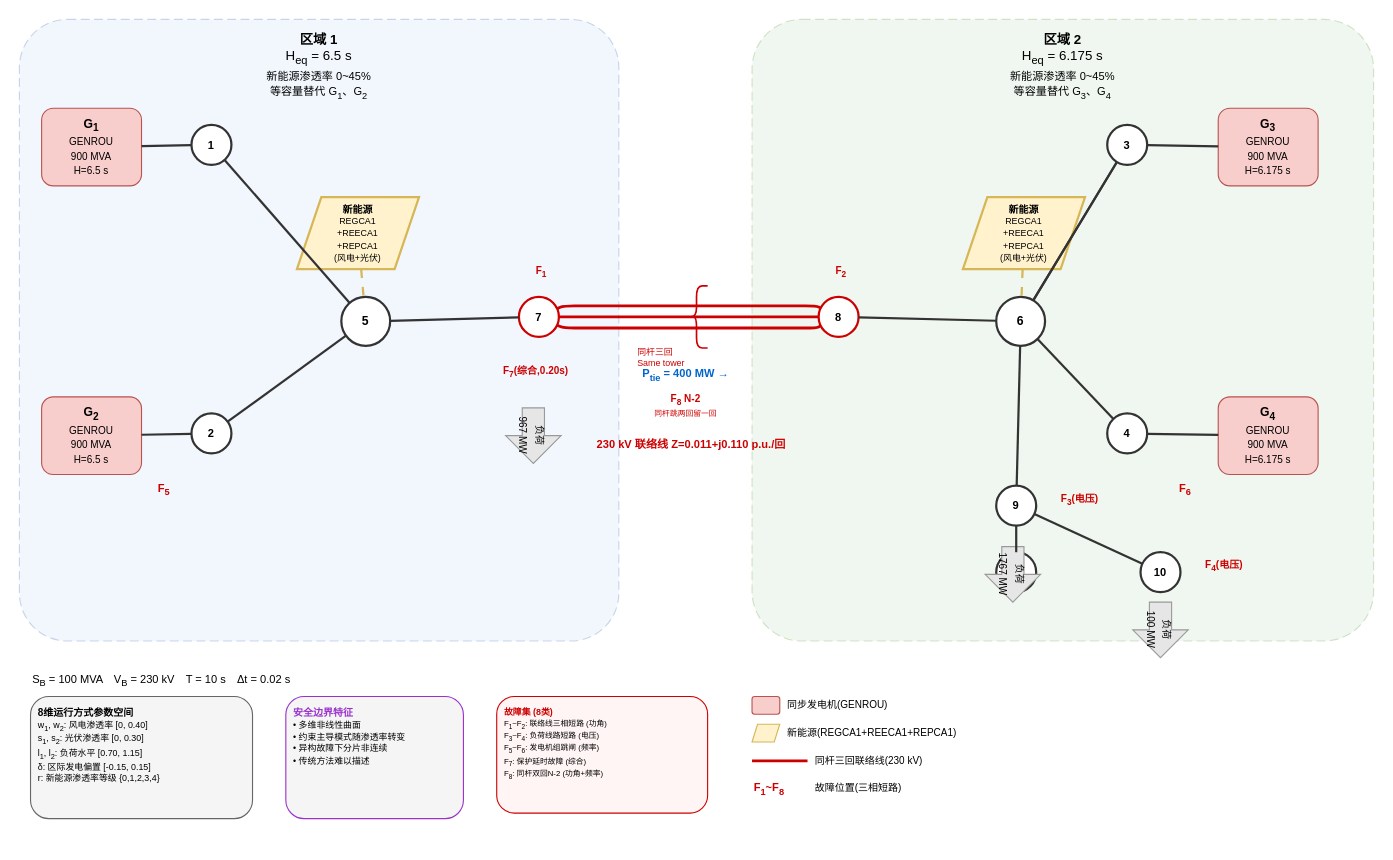
This is paper/figures/fig1_topology.drawio from shannondelaune56262-source/beyesgp, a draw.io file, before an edit. Source tidied: cells renumbered, new cells numbered last; positions are measured from the earlier drawing's top-left corner, leaving out a move shared by most shapes. Both pictures are drawn from the tidied source at 111%, with x=0, y=0 at pixel (19, 19).
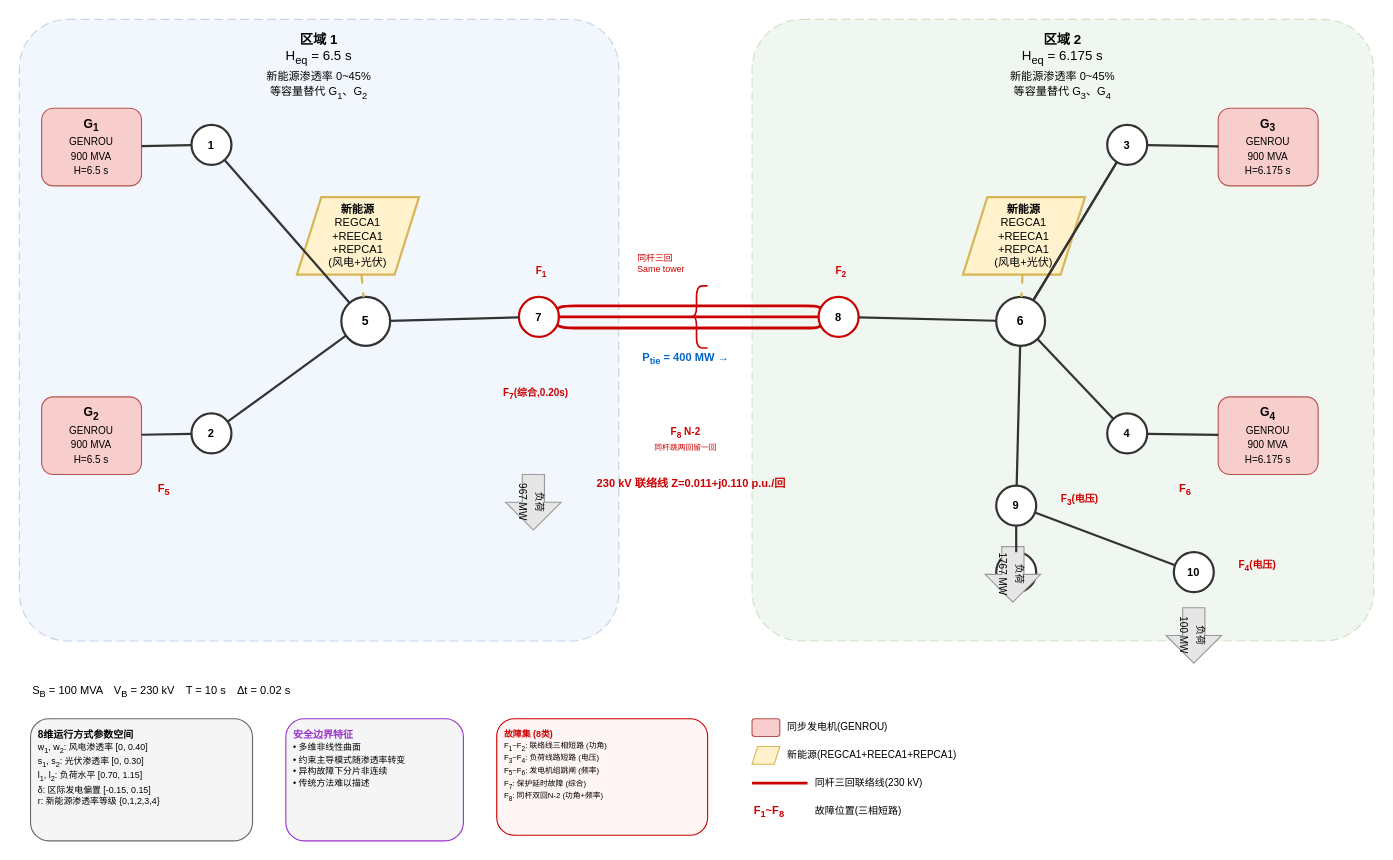
The same page after the edit.

Change to the diagram source:
```diff
@@
-    <mxCell id="8" value="&lt;b&gt;新能源&lt;/b&gt;&lt;br&gt;&lt;font style=&quot;font-size:8px&quot;&gt;REGCA1&lt;br&gt;+REECA1&lt;br&gt;+REPCA1&lt;br&gt;(风电+光伏)&lt;/font&gt;" style="shape=parallelogram;whiteSpace=wrap;html=1;fillColor=#fff2cc;strokeColor=#d6b656;fontSize=9;perimeter=parallelogramPerimeter;strokeWidth=2;" parent="1" vertex="1">
-      <mxGeometry x="250" y="160" width="110" height="65" as="geometry" />
+    <mxCell id="8" value="&lt;b&gt;新能源&lt;/b&gt;&lt;br&gt;&lt;font style=&quot;font-size:10px&quot;&gt;REGCA1&lt;br&gt;+REECA1&lt;br&gt;+REPCA1&lt;br&gt;(风电+光伏)&lt;/font&gt;" style="shape=parallelogram;whiteSpace=wrap;html=1;fillColor=#fff2cc;strokeColor=#d6b656;fontSize=10;perimeter=parallelogramPerimeter;strokeWidth=2;" parent="1" vertex="1">
+      <mxGeometry x="250" y="160" width="110" height="70" as="geometry" />
     </mxCell>
-    <mxCell id="9" value="&lt;b&gt;新能源&lt;/b&gt;&lt;br&gt;&lt;font style=&quot;font-size:8px&quot;&gt;REGCA1&lt;br&gt;+REECA1&lt;br&gt;+REPCA1&lt;br&gt;(风电+光伏)&lt;/font&gt;" style="shape=parallelogram;whiteSpace=wrap;html=1;fillColor=#fff2cc;strokeColor=#d6b656;fontSize=9;perimeter=parallelogramPerimeter;strokeWidth=2;" parent="1" vertex="1">
-      <mxGeometry x="850" y="160" width="110" height="65" as="geometry" />
+    <mxCell id="9" value="&lt;b&gt;新能源&lt;/b&gt;&lt;br&gt;&lt;font style=&quot;font-size:10px&quot;&gt;REGCA1&lt;br&gt;+REECA1&lt;br&gt;+REPCA1&lt;br&gt;(风电+光伏)&lt;/font&gt;" style="shape=parallelogram;whiteSpace=wrap;html=1;fillColor=#fff2cc;strokeColor=#d6b656;fontSize=10;perimeter=parallelogramPerimeter;strokeWidth=2;" parent="1" vertex="1">
+      <mxGeometry x="850" y="160" width="110" height="70" as="geometry" />
     </mxCell>
@@
     <mxCell id="19" value="&lt;b&gt;10&lt;/b&gt;" style="ellipse;whiteSpace=wrap;html=1;fillColor=#FFFFFF;strokeColor=#333333;fontSize=10;strokeWidth=2;" parent="1" vertex="1">
-      <mxGeometry x="1010" y="480" width="36" height="36" as="geometry" />
+      <mxGeometry x="1040" y="480" width="36" height="36" as="geometry" />
     </mxCell>
@@
     <mxCell id="21" value="&lt;font style=&quot;font-size:9px&quot;&gt;负荷&lt;br&gt;967 MW&lt;/font&gt;" style="shape=mxgraph.arrows2.arrow;dy=0.6;dx=25;notch=0;whiteSpace=wrap;html=1;fillColor=#E6E6E6;strokeColor=#999999;rotation=90;" parent="1" vertex="1">
-      <mxGeometry x="438" y="350" width="50" height="50" as="geometry" />
+      <mxGeometry x="438" y="410" width="50" height="50" as="geometry" />
     </mxCell>
@@
     <mxCell id="23" value="&lt;font style=&quot;font-size:9px&quot;&gt;负荷&lt;br&gt;100 MW&lt;/font&gt;" style="shape=mxgraph.arrows2.arrow;dy=0.6;dx=25;notch=0;whiteSpace=wrap;html=1;fillColor=#E6E6E6;strokeColor=#999999;rotation=90;" parent="1" vertex="1">
-      <mxGeometry x="1003" y="525" width="50" height="50" as="geometry" />
+      <mxGeometry x="1033" y="530" width="50" height="50" as="geometry" />
     </mxCell>
@@
     <mxCell id="29" value="&lt;font color=&quot;#CC0000&quot;&gt;F&lt;sub&gt;4&lt;/sub&gt;(电压)&lt;/font&gt;" style="text;html=1;align=center;verticalAlign=middle;strokeColor=none;fillColor=none;fontSize=9;fontStyle=1;" parent="1" vertex="1">
-      <mxGeometry x="1050" y="480" width="70" height="26" as="geometry" />
+      <mxGeometry x="1080" y="480" width="70" height="26" as="geometry" />
     </mxCell>
@@
     <mxCell id="41" value="&lt;font color=&quot;#CC0000&quot; style=&quot;font-size:8px&quot;&gt;同杆三回&lt;br&gt;Same tower&lt;/font&gt;" style="text;html=1;align=left;verticalAlign=middle;strokeColor=none;fillColor=none;fontSize=8;" parent="1" vertex="1">
-      <mxGeometry x="555" y="290" width="70" height="30" as="geometry" />
+      <mxGeometry x="555" y="205" width="70" height="30" as="geometry" />
     </mxCell>
     <mxCell id="42" value="&lt;font style=&quot;font-size:10px&quot;&gt;P&lt;sub&gt;tie&lt;/sub&gt; = 400 MW →&lt;/font&gt;" style="text;html=1;align=center;verticalAlign=middle;strokeColor=none;fillColor=none;fontSize=10;fontColor=#0066CC;fontStyle=1;" parent="1" vertex="1">
-      <mxGeometry x="545" y="305" width="110" height="30" as="geometry" />
+      <mxGeometry x="545" y="290" width="110" height="30" as="geometry" />
     </mxCell>
     <mxCell id="43" value="&lt;font color=&quot;#CC0000&quot;&gt;F&lt;sub&gt;7&lt;/sub&gt;(综合,0.20s)&lt;/font&gt;" style="text;html=1;align=center;verticalAlign=middle;strokeColor=none;fillColor=none;fontSize=9;fontStyle=1;" parent="1" vertex="1">
-      <mxGeometry x="410" y="305" width="110" height="26" as="geometry" />
+      <mxGeometry x="410" y="325" width="110" height="26" as="geometry" />
     </mxCell>
     <mxCell id="44" value="&lt;font color=&quot;#CC0000&quot;&gt;&lt;b&gt;F&lt;sub&gt;8&lt;/sub&gt; N-2&lt;/b&gt;&lt;br&gt;&lt;font style=&quot;font-size:7px&quot;&gt;同杆跳两回留一回&lt;/font&gt;&lt;/font&gt;" style="text;html=1;align=center;verticalAlign=middle;strokeColor=none;fillColor=none;fontSize=9;" parent="1" vertex="1">
-      <mxGeometry x="540" y="330" width="120" height="36" as="geometry" />
+      <mxGeometry x="540" y="360" width="120" height="36" as="geometry" />
     </mxCell>
     <mxCell id="45" value="&lt;b&gt;&lt;font color=&quot;#CC0000&quot;&gt;230 kV 联络线 Z=0.011+j0.110 p.u./回&lt;/font&gt;&lt;/b&gt;" style="text;html=1;align=center;verticalAlign=middle;strokeColor=none;fillColor=none;fontSize=10;" parent="1" vertex="1">
-      <mxGeometry x="510" y="370" width="190" height="26" as="geometry" />
+      <mxGeometry x="510" y="405" width="190" height="26" as="geometry" />
     </mxCell>
@@
     <mxCell id="55" value="&lt;font style=&quot;font-size:10px&quot;&gt;S&lt;sub&gt;B&lt;/sub&gt; = 100 MVA　V&lt;sub&gt;B&lt;/sub&gt; = 230 kV　T = 10 s　Δt = 0.02 s&lt;/font&gt;" style="text;html=1;align=left;verticalAlign=middle;strokeColor=none;fillColor=none;fontSize=10;" parent="1" vertex="1">
-      <mxGeometry x="10" y="580" width="280" height="30" as="geometry" />
+      <mxGeometry x="10" y="590" width="280" height="30" as="geometry" />
     </mxCell>
     <mxCell id="56" value="&lt;b&gt;8维运行方式参数空间&lt;/b&gt;&lt;br&gt;&lt;font style=&quot;font-size:8px&quot;&gt;w&lt;sub&gt;1&lt;/sub&gt;, w&lt;sub&gt;2&lt;/sub&gt;: 风电渗透率 [0, 0.40]&lt;br&gt;s&lt;sub&gt;1&lt;/sub&gt;, s&lt;sub&gt;2&lt;/sub&gt;: 光伏渗透率 [0, 0.30]&lt;br&gt;l&lt;sub&gt;1&lt;/sub&gt;, l&lt;sub&gt;2&lt;/sub&gt;: 负荷水平 [0.70, 1.15]&lt;br&gt;δ: 区际发电偏置 [-0.15, 0.15]&lt;br&gt;r: 新能源渗透率等级 {0,1,2,3,4}&lt;/font&gt;" style="rounded=1;whiteSpace=wrap;html=1;fillColor=#f5f5f5;strokeColor=#666666;fontSize=9;verticalAlign=top;spacingTop=3;align=left;spacingLeft=5;" parent="1" vertex="1">
-      <mxGeometry x="10" y="610" width="200" height="110" as="geometry" />
+      <mxGeometry x="10" y="630" width="200" height="110" as="geometry" />
     </mxCell>
     <mxCell id="57" value="&lt;b&gt;&lt;font color=&quot;#9933CC&quot;&gt;安全边界特征&lt;/font&gt;&lt;/b&gt;&lt;br&gt;&lt;font style=&quot;font-size:8px&quot;&gt;• 多维非线性曲面&lt;br&gt;• 约束主导模式随渗透率转变&lt;br&gt;• 异构故障下分片非连续&lt;br&gt;• 传统方法难以描述&lt;/font&gt;" style="rounded=1;whiteSpace=wrap;html=1;fillColor=#f5f5f5;strokeColor=#9933CC;fontSize=9;verticalAlign=top;spacingTop=3;align=left;spacingLeft=5;" parent="1" vertex="1">
-      <mxGeometry x="240" y="610" width="160" height="110" as="geometry" />
+      <mxGeometry x="240" y="630" width="160" height="110" as="geometry" />
     </mxCell>
     <mxCell id="58" value="&lt;b&gt;&lt;font color=&quot;#CC0000&quot;&gt;故障集 (8类)&lt;/font&gt;&lt;/b&gt;&lt;br&gt;&lt;font style=&quot;font-size:7px&quot;&gt;F&lt;sub&gt;1&lt;/sub&gt;~F&lt;sub&gt;2&lt;/sub&gt;: 联络线三相短路 (功角)&lt;br&gt;F&lt;sub&gt;3&lt;/sub&gt;~F&lt;sub&gt;4&lt;/sub&gt;: 负荷线路短路 (电压)&lt;br&gt;F&lt;sub&gt;5&lt;/sub&gt;~F&lt;sub&gt;6&lt;/sub&gt;: 发电机组跳闸 (频率)&lt;br&gt;F&lt;sub&gt;7&lt;/sub&gt;: 保护延时故障 (综合)&lt;br&gt;F&lt;sub&gt;8&lt;/sub&gt;: 同杆双回N-2 (功角+频率)&lt;/font&gt;" style="rounded=1;whiteSpace=wrap;html=1;fillColor=#fff5f5;strokeColor=#CC0000;fontSize=8;verticalAlign=top;spacingTop=3;align=left;spacingLeft=5;" parent="1" vertex="1">
-      <mxGeometry x="430" y="610" width="190" height="105" as="geometry" />
+      <mxGeometry x="430" y="630" width="190" height="105" as="geometry" />
     </mxCell>
     <mxCell id="59" style="rounded=1;whiteSpace=wrap;html=1;fillColor=#f8cecc;strokeColor=#b85450;" parent="1" vertex="1">
-      <mxGeometry x="660" y="610" width="25" height="16" as="geometry" />
+      <mxGeometry x="660" y="630" width="25" height="16" as="geometry" />
     </mxCell>
     <mxCell id="60" value="同步发电机(GENROU)" style="text;html=1;align=left;verticalAlign=middle;strokeColor=none;fillColor=none;fontSize=9;" parent="1" vertex="1">
-      <mxGeometry x="690" y="605" width="130" height="26" as="geometry" />
+      <mxGeometry x="690" y="625" width="130" height="26" as="geometry" />
     </mxCell>
     <mxCell id="61" style="shape=parallelogram;whiteSpace=wrap;html=1;fillColor=#fff2cc;strokeColor=#d6b656;perimeter=parallelogramPerimeter;" parent="1" vertex="1">
-      <mxGeometry x="660" y="635" width="25" height="16" as="geometry" />
+      <mxGeometry x="660" y="655" width="25" height="16" as="geometry" />
     </mxCell>
     <mxCell id="62" value="新能源(REGCA1+REECA1+REPCA1)" style="text;html=1;align=left;verticalAlign=middle;strokeColor=none;fillColor=none;fontSize=9;" parent="1" vertex="1">
-      <mxGeometry x="690" y="630" width="180" height="26" as="geometry" />
+      <mxGeometry x="690" y="650" width="180" height="26" as="geometry" />
     </mxCell>
     <mxCell id="63" style="endArrow=none;strokeWidth=2.5;strokeColor=#CC0000;" parent="1" edge="1">
       <mxGeometry relative="1" as="geometry">
-        <mxPoint x="660" y="668" as="sourcePoint" />
-        <mxPoint x="710" y="668" as="targetPoint" />
+        <mxPoint x="660" y="688" as="sourcePoint" />
+        <mxPoint x="710" y="688" as="targetPoint" />
       </mxGeometry>
     </mxCell>
     <mxCell id="64" value="同杆三回联络线(230 kV)" style="text;html=1;align=left;verticalAlign=middle;strokeColor=none;fillColor=none;fontSize=9;" parent="1" vertex="1">
-      <mxGeometry x="715" y="655" width="140" height="26" as="geometry" />
+      <mxGeometry x="715" y="675" width="140" height="26" as="geometry" />
     </mxCell>
     <mxCell id="65" value="&lt;font color=&quot;#CC0000&quot;&gt;F&lt;sub&gt;1&lt;/sub&gt;~F&lt;sub&gt;8&lt;/sub&gt;&lt;/font&gt;" style="text;html=1;align=left;verticalAlign=middle;strokeColor=none;fillColor=none;fontSize=10;fontStyle=1;" parent="1" vertex="1">
-      <mxGeometry x="660" y="680" width="50" height="26" as="geometry" />
+      <mxGeometry x="660" y="700" width="50" height="26" as="geometry" />
     </mxCell>
     <mxCell id="66" value="故障位置(三相短路)" style="text;html=1;align=left;verticalAlign=middle;strokeColor=none;fillColor=none;fontSize=9;" parent="1" vertex="1">
-      <mxGeometry x="715" y="680" width="100" height="26" as="geometry" />
+      <mxGeometry x="715" y="700" width="100" height="26" as="geometry" />
     </mxCell>
```
